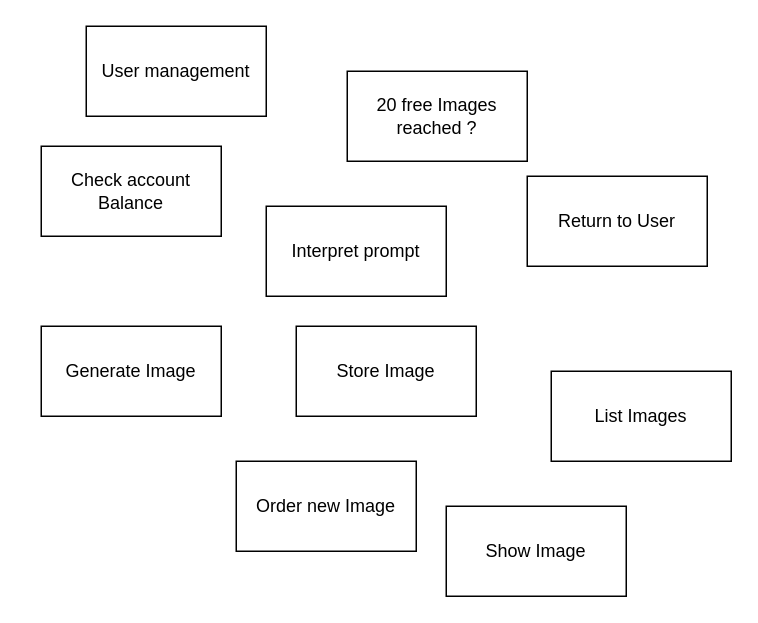
rothexD/AdvancedModeling keeps this draw.io diagram as Usage.drawio. Above is the earlier version. Source tidied: cells renumbered, new cells numbered last; positions are measured from the earlier drawing's top-left corner, leaving out a move shared by most shapes. Both pictures are drawn from the tidied source at 150%, with x=0, y=0 at pixel (40, 26).
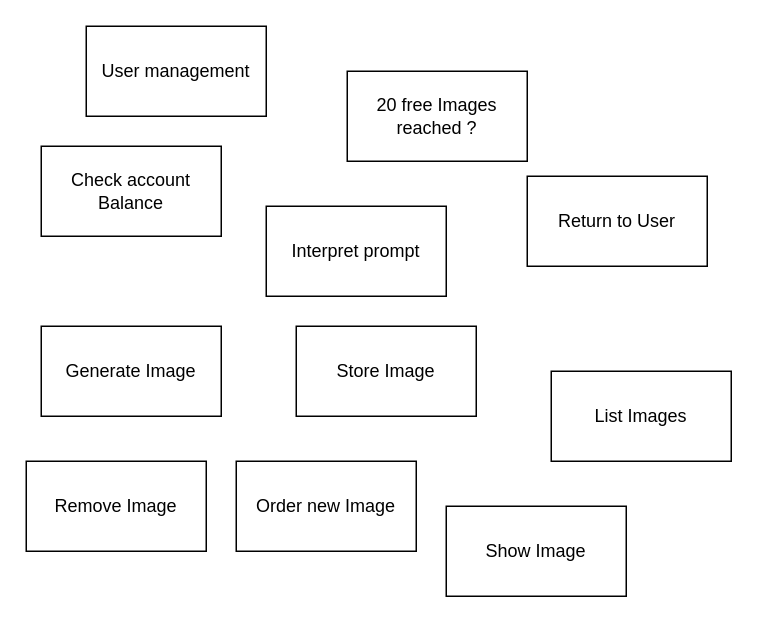
The same page after the edit.

Diff of the diagram source:
```diff
@@
 <mxGraphModel>
   <root>
     <mxCell id="0" />
     <mxCell id="1" parent="0" />
     <mxCell id="2" value="20 free Images reached ?" style="rounded=0;whiteSpace=wrap;html=1;" parent="1" vertex="1">
       <mxGeometry x="204" y="30" width="120" height="60" as="geometry" />
     </mxCell>
     <mxCell id="3" value="Interpret prompt" style="rounded=0;whiteSpace=wrap;html=1;" parent="1" vertex="1">
       <mxGeometry x="150" y="120" width="120" height="60" as="geometry" />
     </mxCell>
     <mxCell id="4" value="Generate Image" style="rounded=0;whiteSpace=wrap;html=1;" parent="1" vertex="1">
       <mxGeometry y="200" width="120" height="60" as="geometry" />
     </mxCell>
     <mxCell id="5" value="Store Image" style="rounded=0;whiteSpace=wrap;html=1;" parent="1" vertex="1">
       <mxGeometry x="170" y="200" width="120" height="60" as="geometry" />
     </mxCell>
     <mxCell id="6" value="Return to User" style="rounded=0;whiteSpace=wrap;html=1;" parent="1" vertex="1">
       <mxGeometry x="324" y="100" width="120" height="60" as="geometry" />
     </mxCell>
     <mxCell id="7" value="Check account Balance" style="rounded=0;whiteSpace=wrap;html=1;" parent="1" vertex="1">
       <mxGeometry y="80" width="120" height="60" as="geometry" />
     </mxCell>
     <mxCell id="8" value="List Images" style="rounded=0;whiteSpace=wrap;html=1;" parent="1" vertex="1">
       <mxGeometry x="340" y="230" width="120" height="60" as="geometry" />
     </mxCell>
     <mxCell id="9" value="User management" style="rounded=0;whiteSpace=wrap;html=1;" parent="1" vertex="1">
       <mxGeometry x="30" width="120" height="60" as="geometry" />
     </mxCell>
     <mxCell id="10" value="Order new Image" style="rounded=0;whiteSpace=wrap;html=1;" parent="1" vertex="1">
       <mxGeometry x="130" y="290" width="120" height="60" as="geometry" />
     </mxCell>
     <mxCell id="11" value="Show Image" style="rounded=0;whiteSpace=wrap;html=1;" parent="1" vertex="1">
       <mxGeometry x="270" y="320" width="120" height="60" as="geometry" />
     </mxCell>
+    <mxCell id="12" value="Remove Image" style="rounded=0;whiteSpace=wrap;html=1;" parent="1" vertex="1">
+      <mxGeometry x="-10" y="290" width="120" height="60" as="geometry" />
+    </mxCell>
   </root>
 </mxGraphModel>
```
